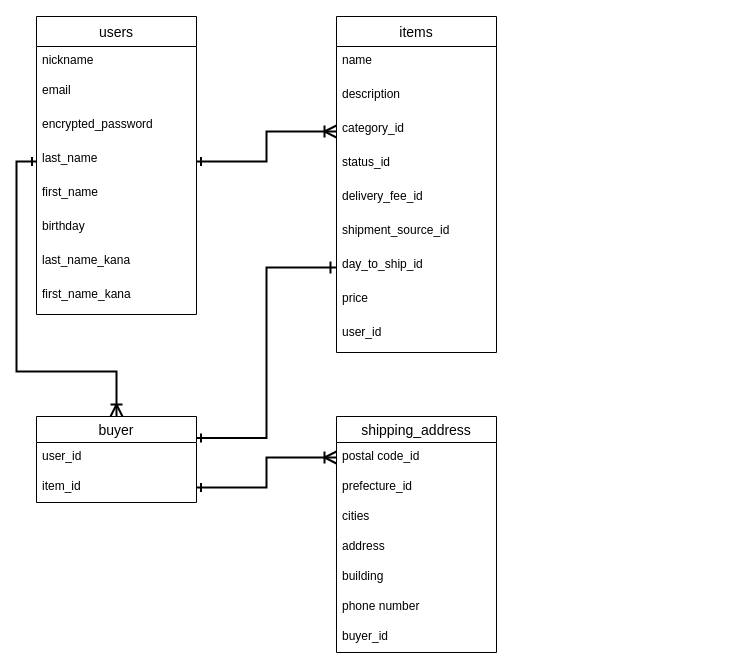
Before: test.dio in attakrui725/furima-32080, a draw.io diagram. Source tidied: cells renumbered, new cells numbered last; positions are measured from the earlier drawing's top-left corner, leaving out a move shared by most shapes. Both pictures are drawn from the tidied source at 100%, with x=0, y=0 at pixel (16, 16).
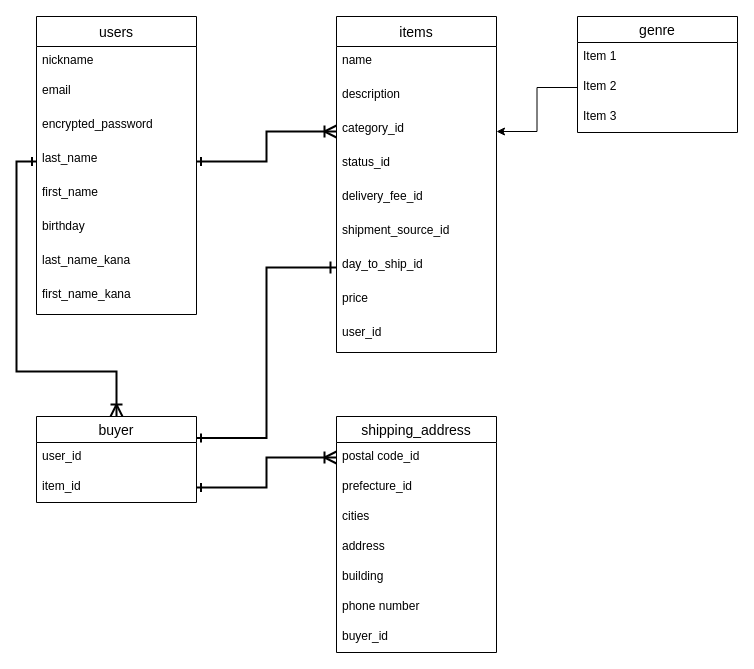
Above is the later version.

The change refers to these unchanged cells:
```xml
<mxCell id="15" value="category_id" style="text;strokeColor=none;fillColor=none;spacingLeft=4;spacingRight=4;overflow=hidden;points=[[0,0.5],[1,0.5]];portConstraint=eastwest;fontSize=12;" parent="12" vertex="1">
  <mxGeometry y="98" width="160" height="34" as="geometry" />
</mxCell>
```

Diff of the diagram source:
```diff
@@
+    <mxCell id="36" value="genre" style="swimlane;fontStyle=0;horizontal=1;startSize=26;align=center;fontSize=14;" parent="1" vertex="1">
+      <mxGeometry x="561" width="160" height="116" as="geometry" />
+    </mxCell>
+    <mxCell id="37" value="Item 1" style="text;strokeColor=none;fillColor=none;spacingLeft=4;spacingRight=4;overflow=hidden;fontSize=12;" parent="36" vertex="1">
+      <mxGeometry y="26" width="160" height="30" as="geometry" />
+    </mxCell>
+    <mxCell id="38" value="Item 2" style="text;strokeColor=none;fillColor=none;spacingLeft=4;spacingRight=4;overflow=hidden;points=[[0,0.5],[1,0.5]];portConstraint=eastwest;fontSize=12;" parent="36" vertex="1">
+      <mxGeometry y="56" width="160" height="30" as="geometry" />
+    </mxCell>
+    <mxCell id="39" value="Item 3" style="text;strokeColor=none;fillColor=none;spacingLeft=4;spacingRight=4;overflow=hidden;fontSize=12;" parent="36" vertex="1">
+      <mxGeometry y="86" width="160" height="30" as="geometry" />
+    </mxCell>
+    <mxCell id="40" style="edgeStyle=orthogonalEdgeStyle;rounded=0;jettySize=auto;html=1;exitX=0;exitY=0.5;exitDx=0;exitDy=0;entryX=1;entryY=0.5;entryDx=0;entryDy=0;" parent="1" edge="1" source="38" target="15">
+      <mxGeometry relative="1" as="geometry" />
+    </mxCell>
```
